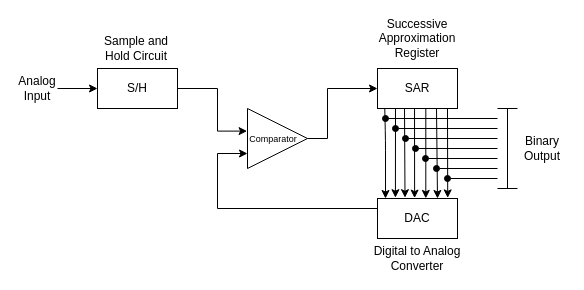
This is 03Flowcharts/Perifericos/Sucessive_approximation_adc.drawio from LPI-2020/DWR-19, a draw.io file, before an edit. Source tidied: cells renumbered, new cells numbered last; positions are measured from the earlier drawing's top-left corner, leaving out a move shared by most shapes. Both pictures are drawn from the tidied source at 100%, with x=0, y=0 at pixel (17, 28).
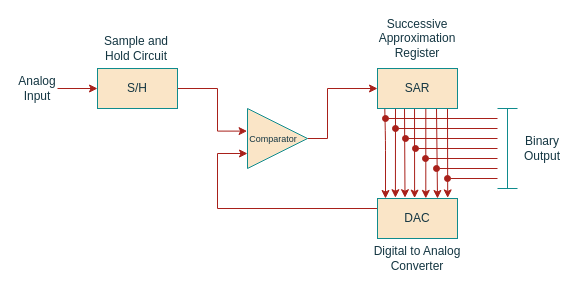
Above is the later version.

What changed in the source:
```diff
@@
-    <mxCell id="2" style="endArrow=none;html=1;entryX=0.091;entryY=0.984;entryDx=0;entryDy=0;entryPerimeter=0;startArrow=classic;startFill=1;" parent="1" edge="1" target="30">
+    <mxCell id="2" style="endArrow=none;html=1;entryX=0.091;entryY=0.984;entryDx=0;entryDy=0;entryPerimeter=0;startArrow=classic;startFill=1;labelBackgroundColor=#DAD2D8;strokeColor=#A8201A;fontColor=#143642;" parent="1" edge="1" target="30">
       <mxGeometry relative="1" as="geometry">
         <mxPoint x="368" y="170" as="sourcePoint" />
         <Array as="points">
           <mxPoint x="368" y="112" />
         </Array>
       </mxGeometry>
     </mxCell>
-    <mxCell id="3" style="endArrow=none;html=1;entryX=0.1;entryY=1.005;entryDx=0;entryDy=0;entryPerimeter=0;startArrow=classic;startFill=1;exitX=0.344;exitY=-0.02;exitDx=0;exitDy=0;exitPerimeter=0;" parent="1" edge="1" source="5">
+    <mxCell id="3" style="endArrow=none;html=1;entryX=0.1;entryY=1.005;entryDx=0;entryDy=0;entryPerimeter=0;startArrow=classic;startFill=1;exitX=0.344;exitY=-0.02;exitDx=0;exitDy=0;exitPerimeter=0;labelBackgroundColor=#DAD2D8;strokeColor=#A8201A;fontColor=#143642;" parent="1" edge="1" source="5">
       <mxGeometry relative="1" as="geometry">
         <mxPoint x="387" y="79.2" as="targetPoint" />
       </mxGeometry>
     </mxCell>
-    <mxCell id="4" style="edgeStyle=orthogonalEdgeStyle;rounded=0;jettySize=auto;html=1;exitX=0;exitY=0.5;exitDx=0;exitDy=0;entryX=0;entryY=0.75;entryDx=0;entryDy=0;" parent="1" edge="1" source="5" target="12">
+    <mxCell id="4" style="edgeStyle=orthogonalEdgeStyle;rounded=0;jettySize=auto;html=1;exitX=0;exitY=0.5;exitDx=0;exitDy=0;entryX=0;entryY=0.75;entryDx=0;entryDy=0;labelBackgroundColor=#DAD2D8;strokeColor=#A8201A;fontColor=#143642;" parent="1" edge="1" source="5" target="12">
       <mxGeometry relative="1" as="geometry">
         <Array as="points">
           <mxPoint x="200" y="180" />
           <mxPoint x="200" y="125" />
         </Array>
       </mxGeometry>
     </mxCell>
-    <mxCell id="5" value="DAC" style="rounded=0;whiteSpace=wrap;html=1;" parent="1" vertex="1">
+    <mxCell id="5" value="DAC" style="rounded=0;whiteSpace=wrap;html=1;fillColor=#FAE5C7;strokeColor=#0F8B8D;fontColor=#143642;" parent="1" vertex="1">
       <mxGeometry x="360" y="170" width="80" height="40" as="geometry" />
     </mxCell>
-    <mxCell id="6" style="endArrow=none;html=1;entryX=0.1;entryY=1.005;entryDx=0;entryDy=0;entryPerimeter=0;startArrow=classic;startFill=1;exitX=0.878;exitY=-0.04;exitDx=0;exitDy=0;exitPerimeter=0;" parent="1" edge="1">
+    <mxCell id="6" style="endArrow=none;html=1;entryX=0.1;entryY=1.005;entryDx=0;entryDy=0;entryPerimeter=0;startArrow=classic;startFill=1;exitX=0.878;exitY=-0.04;exitDx=0;exitDy=0;exitPerimeter=0;labelBackgroundColor=#DAD2D8;strokeColor=#A8201A;fontColor=#143642;" parent="1" edge="1">
       <mxGeometry relative="1" as="geometry">
         <mxPoint x="430.2" y="169.4" as="sourcePoint" />
         <mxPoint x="430" y="80.2" as="targetPoint" />
       </mxGeometry>
     </mxCell>
-    <mxCell id="7" style="endArrow=none;html=1;entryX=0.463;entryY=0.994;entryDx=0;entryDy=0;entryPerimeter=0;startArrow=classic;startFill=1;exitX=0.464;exitY=-0.06;exitDx=0;exitDy=0;exitPerimeter=0;" parent="1" edge="1" target="30">
+    <mxCell id="7" style="endArrow=none;html=1;entryX=0.463;entryY=0.994;entryDx=0;entryDy=0;entryPerimeter=0;startArrow=classic;startFill=1;exitX=0.464;exitY=-0.06;exitDx=0;exitDy=0;exitPerimeter=0;labelBackgroundColor=#DAD2D8;strokeColor=#A8201A;fontColor=#143642;" parent="1" edge="1" target="30">
       <mxGeometry relative="1" as="geometry">
         <mxPoint x="397.1" y="169.6" as="sourcePoint" />
       </mxGeometry>
     </mxCell>
-    <mxCell id="8" style="endArrow=none;html=1;entryX=0.604;entryY=0.968;entryDx=0;entryDy=0;entryPerimeter=0;startArrow=classic;startFill=1;exitX=0.604;exitY=-0.053;exitDx=0;exitDy=0;exitPerimeter=0;" parent="1" edge="1" target="30">
+    <mxCell id="8" style="endArrow=none;html=1;entryX=0.604;entryY=0.968;entryDx=0;entryDy=0;entryPerimeter=0;startArrow=classic;startFill=1;exitX=0.604;exitY=-0.053;exitDx=0;exitDy=0;exitPerimeter=0;labelBackgroundColor=#DAD2D8;strokeColor=#A8201A;fontColor=#143642;" parent="1" edge="1" target="30">
       <mxGeometry relative="1" as="geometry">
         <mxPoint x="408.3" y="169.9" as="sourcePoint" />
       </mxGeometry>
     </mxCell>
-    <mxCell id="9" style="endArrow=none;html=1;entryX=0.1;entryY=1.005;entryDx=0;entryDy=0;entryPerimeter=0;startArrow=classic;startFill=1;exitX=0.75;exitY=0;exitDx=0;exitDy=0;" parent="1" edge="1" source="5">
+    <mxCell id="9" style="endArrow=none;html=1;entryX=0.1;entryY=1.005;entryDx=0;entryDy=0;entryPerimeter=0;startArrow=classic;startFill=1;exitX=0.75;exitY=0;exitDx=0;exitDy=0;labelBackgroundColor=#DAD2D8;strokeColor=#A8201A;fontColor=#143642;" parent="1" edge="1" source="5">
       <mxGeometry relative="1" as="geometry">
         <mxPoint x="419" y="80" as="targetPoint" />
       </mxGeometry>
     </mxCell>
-    <mxCell id="10" style="endArrow=none;html=1;entryX=0.1;entryY=1.005;entryDx=0;entryDy=0;entryPerimeter=0;startArrow=classic;startFill=1;exitX=0.224;exitY=-0.02;exitDx=0;exitDy=0;exitPerimeter=0;" parent="1" edge="1" source="5">
+    <mxCell id="10" style="endArrow=none;html=1;entryX=0.1;entryY=1.005;entryDx=0;entryDy=0;entryPerimeter=0;startArrow=classic;startFill=1;exitX=0.224;exitY=-0.02;exitDx=0;exitDy=0;exitPerimeter=0;labelBackgroundColor=#DAD2D8;strokeColor=#A8201A;fontColor=#143642;" parent="1" edge="1" source="5">
       <mxGeometry relative="1" as="geometry">
         <mxPoint x="378" y="80" as="targetPoint" />
       </mxGeometry>
     </mxCell>
-    <mxCell id="11" style="edgeStyle=orthogonalEdgeStyle;rounded=0;jettySize=auto;html=1;entryX=0;entryY=0.5;entryDx=0;entryDy=0;" parent="1" edge="1" source="12" target="30">
+    <mxCell id="11" style="edgeStyle=orthogonalEdgeStyle;rounded=0;jettySize=auto;html=1;entryX=0;entryY=0.5;entryDx=0;entryDy=0;labelBackgroundColor=#DAD2D8;strokeColor=#A8201A;fontColor=#143642;" parent="1" edge="1" source="12" target="30">
       <mxGeometry relative="1" as="geometry">
         <Array as="points">
           <mxPoint x="310" y="110" />
           <mxPoint x="310" y="60" />
         </Array>
       </mxGeometry>
     </mxCell>
-    <mxCell id="12" style="triangle;whiteSpace=wrap;html=1;" parent="1" vertex="1">
+    <mxCell id="12" style="triangle;whiteSpace=wrap;html=1;fillColor=#FAE5C7;strokeColor=#0F8B8D;fontColor=#143642;" parent="1" vertex="1">
       <mxGeometry x="230" y="80" width="60" height="60" as="geometry" />
     </mxCell>
-    <mxCell id="13" value="&lt;font style=&quot;font-size: 9px&quot;&gt;Comparator&lt;/font&gt;" style="text;html=1;strokeColor=none;fillColor=none;align=center;verticalAlign=middle;whiteSpace=wrap;rounded=0;" parent="1" vertex="1">
+    <mxCell id="13" value="&lt;font style=&quot;font-size: 9px&quot;&gt;Comparator&lt;/font&gt;" style="text;html=1;strokeColor=none;fillColor=none;align=center;verticalAlign=middle;whiteSpace=wrap;rounded=0;fontColor=#143642;" parent="1" vertex="1">
       <mxGeometry x="231" y="100" width="50" height="20" as="geometry" />
     </mxCell>
-    <mxCell id="14" style="edgeStyle=orthogonalEdgeStyle;rounded=0;jettySize=auto;html=1;entryX=-0.007;entryY=0.377;entryDx=0;entryDy=0;entryPerimeter=0;" parent="1" edge="1" source="15" target="12">
+    <mxCell id="14" style="edgeStyle=orthogonalEdgeStyle;rounded=0;jettySize=auto;html=1;entryX=-0.007;entryY=0.377;entryDx=0;entryDy=0;entryPerimeter=0;labelBackgroundColor=#DAD2D8;strokeColor=#A8201A;fontColor=#143642;" parent="1" edge="1" source="15" target="12">
       <mxGeometry relative="1" as="geometry">
         <Array as="points">
           <mxPoint x="200" y="60" />
           <mxPoint x="200" y="103" />
         </Array>
       </mxGeometry>
     </mxCell>
-    <mxCell id="15" value="S/H" style="rounded=0;whiteSpace=wrap;html=1;" parent="1" vertex="1">
+    <mxCell id="15" value="S/H" style="rounded=0;whiteSpace=wrap;html=1;fillColor=#FAE5C7;strokeColor=#0F8B8D;fontColor=#143642;" parent="1" vertex="1">
       <mxGeometry x="80" y="40" width="80" height="40" as="geometry" />
     </mxCell>
-    <mxCell id="16" value="Sample and Hold Circuit" style="text;html=1;strokeColor=none;fillColor=none;align=center;verticalAlign=middle;whiteSpace=wrap;rounded=0;" parent="1" vertex="1">
+    <mxCell id="16" value="Sample and Hold Circuit" style="text;html=1;strokeColor=none;fillColor=none;align=center;verticalAlign=middle;whiteSpace=wrap;rounded=0;fontColor=#143642;" parent="1" vertex="1">
       <mxGeometry x="74" y="10" width="90" height="20" as="geometry" />
     </mxCell>
-    <mxCell id="17" value="Successive Approximation Register" style="text;html=1;strokeColor=none;fillColor=none;align=center;verticalAlign=middle;whiteSpace=wrap;rounded=0;" parent="1" vertex="1">
+    <mxCell id="17" value="Successive Approximation Register" style="text;html=1;strokeColor=none;fillColor=none;align=center;verticalAlign=middle;whiteSpace=wrap;rounded=0;fontColor=#143642;" parent="1" vertex="1">
       <mxGeometry x="355" width="90" height="20" as="geometry" />
     </mxCell>
-    <mxCell id="18" value="Digital to Analog Converter" style="text;html=1;strokeColor=none;fillColor=none;align=center;verticalAlign=middle;whiteSpace=wrap;rounded=0;" parent="1" vertex="1">
+    <mxCell id="18" value="Digital to Analog Converter" style="text;html=1;strokeColor=none;fillColor=none;align=center;verticalAlign=middle;whiteSpace=wrap;rounded=0;fontColor=#143642;" parent="1" vertex="1">
       <mxGeometry x="355" y="220" width="90" height="20" as="geometry" />
     </mxCell>
-    <mxCell id="19" style="endArrow=none;html=1;startArrow=oval;startFill=1;" parent="1" edge="1">
+    <mxCell id="19" style="endArrow=none;html=1;startArrow=oval;startFill=1;labelBackgroundColor=#DAD2D8;strokeColor=#A8201A;fontColor=#143642;" parent="1" edge="1">
       <mxGeometry relative="1" as="geometry">
         <mxPoint x="368" y="90" as="sourcePoint" />
         <mxPoint x="480" y="90" as="targetPoint" />
       </mxGeometry>
     </mxCell>
-    <mxCell id="20" style="endArrow=none;html=1;startArrow=oval;startFill=1;" parent="1" edge="1">
+    <mxCell id="20" style="endArrow=none;html=1;startArrow=oval;startFill=1;labelBackgroundColor=#DAD2D8;strokeColor=#A8201A;fontColor=#143642;" parent="1" edge="1">
       <mxGeometry relative="1" as="geometry">
         <mxPoint x="378" y="100" as="sourcePoint" />
         <mxPoint x="480" y="100" as="targetPoint" />
       </mxGeometry>
     </mxCell>
-    <mxCell id="21" style="endArrow=none;html=1;startArrow=oval;startFill=1;" parent="1" edge="1">
+    <mxCell id="21" style="endArrow=none;html=1;startArrow=oval;startFill=1;labelBackgroundColor=#DAD2D8;strokeColor=#A8201A;fontColor=#143642;" parent="1" edge="1">
       <mxGeometry relative="1" as="geometry">
         <mxPoint x="388" y="110" as="sourcePoint" />
         <mxPoint x="480" y="110" as="targetPoint" />
       </mxGeometry>
     </mxCell>
-    <mxCell id="22" style="endArrow=none;html=1;startArrow=oval;startFill=1;fontStyle=1;" parent="1" edge="1">
+    <mxCell id="22" style="endArrow=none;html=1;startArrow=oval;startFill=1;fontStyle=1;labelBackgroundColor=#DAD2D8;strokeColor=#A8201A;fontColor=#143642;" parent="1" edge="1">
       <mxGeometry relative="1" as="geometry">
         <mxPoint x="398" y="120" as="sourcePoint" />
         <mxPoint x="480" y="120" as="targetPoint" />
       </mxGeometry>
     </mxCell>
-    <mxCell id="23" style="endArrow=none;html=1;startArrow=oval;startFill=1;" parent="1" edge="1">
+    <mxCell id="23" style="endArrow=none;html=1;startArrow=oval;startFill=1;labelBackgroundColor=#DAD2D8;strokeColor=#A8201A;fontColor=#143642;" parent="1" edge="1">
       <mxGeometry relative="1" as="geometry">
         <mxPoint x="408" y="130" as="sourcePoint" />
         <mxPoint x="480" y="130" as="targetPoint" />
       </mxGeometry>
     </mxCell>
-    <mxCell id="24" style="endArrow=none;html=1;startArrow=oval;startFill=1;" parent="1" edge="1">
+    <mxCell id="24" style="endArrow=none;html=1;startArrow=oval;startFill=1;labelBackgroundColor=#DAD2D8;strokeColor=#A8201A;fontColor=#143642;" parent="1" edge="1">
       <mxGeometry relative="1" as="geometry">
         <mxPoint x="419" y="140" as="sourcePoint" />
         <mxPoint x="480" y="140" as="targetPoint" />
       </mxGeometry>
     </mxCell>
-    <mxCell id="25" style="endArrow=none;html=1;startArrow=oval;startFill=1;" parent="1" edge="1">
+    <mxCell id="25" style="endArrow=none;html=1;startArrow=oval;startFill=1;labelBackgroundColor=#DAD2D8;strokeColor=#A8201A;fontColor=#143642;" parent="1" edge="1">
       <mxGeometry relative="1" as="geometry">
         <mxPoint x="430" y="150" as="sourcePoint" />
         <mxPoint x="480" y="150" as="targetPoint" />
       </mxGeometry>
     </mxCell>
-    <mxCell id="26" style="shape=crossbar;whiteSpace=wrap;html=1;rounded=1;direction=south;" parent="1" vertex="1">
+    <mxCell id="26" style="shape=crossbar;whiteSpace=wrap;html=1;rounded=1;direction=south;fillColor=#FAE5C7;strokeColor=#0F8B8D;fontColor=#143642;" parent="1" vertex="1">
       <mxGeometry x="480" y="80" width="20" height="80" as="geometry" />
     </mxCell>
-    <mxCell id="27" value="Binary &lt;br&gt;Output" style="text;html=1;strokeColor=none;fillColor=none;align=center;verticalAlign=middle;whiteSpace=wrap;rounded=0;" parent="1" vertex="1">
+    <mxCell id="27" value="Binary &lt;br&gt;Output" style="text;html=1;strokeColor=none;fillColor=none;align=center;verticalAlign=middle;whiteSpace=wrap;rounded=0;fontColor=#143642;" parent="1" vertex="1">
       <mxGeometry x="500" y="110" width="50" height="20" as="geometry" />
     </mxCell>
-    <mxCell id="28" style="edgeStyle=orthogonalEdgeStyle;rounded=0;jettySize=auto;html=1;exitX=1;exitY=0.5;exitDx=0;exitDy=0;entryX=0;entryY=0.5;entryDx=0;entryDy=0;startArrow=none;startFill=0;" parent="1" edge="1" source="29" target="15">
+    <mxCell id="28" style="edgeStyle=orthogonalEdgeStyle;rounded=0;jettySize=auto;html=1;exitX=1;exitY=0.5;exitDx=0;exitDy=0;entryX=0;entryY=0.5;entryDx=0;entryDy=0;startArrow=none;startFill=0;labelBackgroundColor=#DAD2D8;strokeColor=#A8201A;fontColor=#143642;" parent="1" edge="1" source="29" target="15">
       <mxGeometry relative="1" as="geometry" />
     </mxCell>
-    <mxCell id="29" value="Analog&lt;br&gt;Input" style="text;html=1;strokeColor=none;fillColor=none;align=center;verticalAlign=middle;whiteSpace=wrap;rounded=0;" parent="1" vertex="1">
+    <mxCell id="29" value="Analog&lt;br&gt;Input" style="text;html=1;strokeColor=none;fillColor=none;align=center;verticalAlign=middle;whiteSpace=wrap;rounded=0;fontColor=#143642;" parent="1" vertex="1">
       <mxGeometry y="50" width="40" height="20" as="geometry" />
     </mxCell>
-    <mxCell id="30" value="SAR" style="rounded=0;whiteSpace=wrap;html=1;" parent="1" vertex="1">
+    <mxCell id="30" value="SAR" style="rounded=0;whiteSpace=wrap;html=1;fillColor=#FAE5C7;strokeColor=#0F8B8D;fontColor=#143642;" parent="1" vertex="1">
       <mxGeometry x="360" y="40" width="80" height="40" as="geometry" />
     </mxCell>
```
